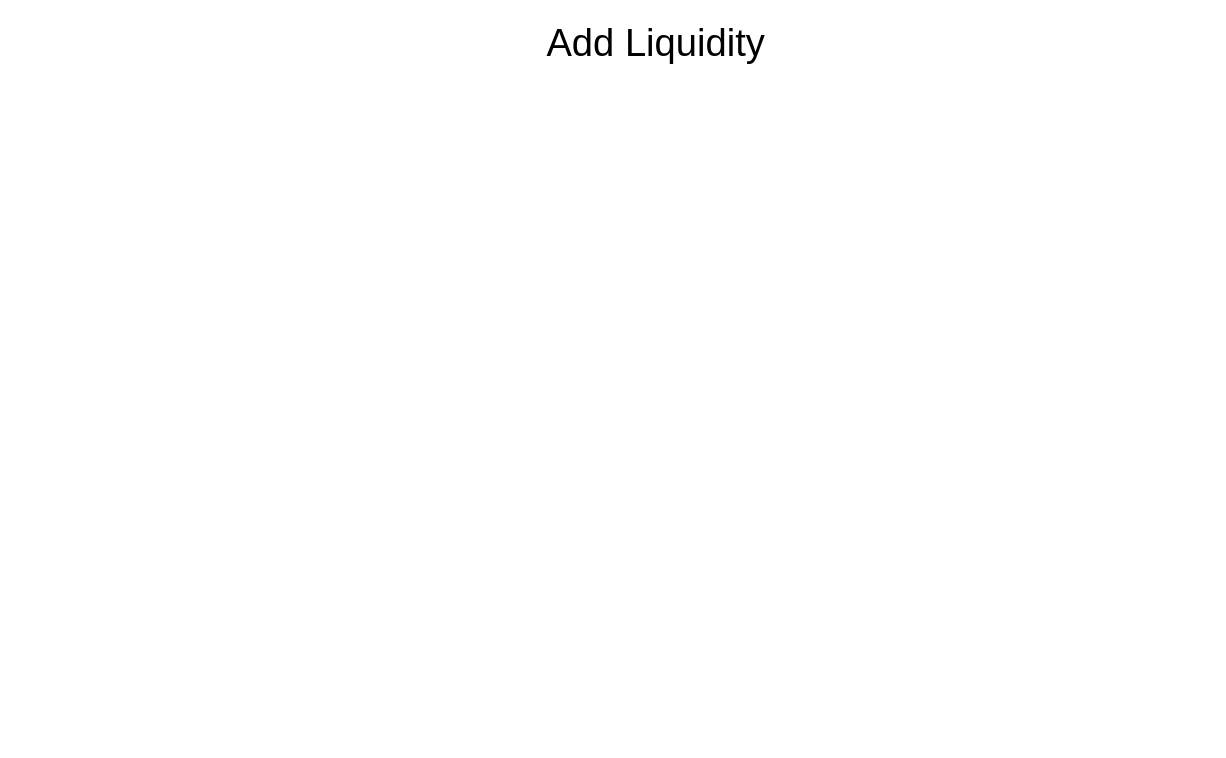
Above: diagram/DebondVSUniswap.drawio in toufic0710/Pair-Contract (draw.io), before the change. Source tidied: cells renumbered, new cells numbered last; positions are measured from the earlier drawing's top-left corner, leaving out a move shared by most shapes. Both pictures are drawn from the tidied source at 109%, with x=0, y=0 at pixel (541, 27).
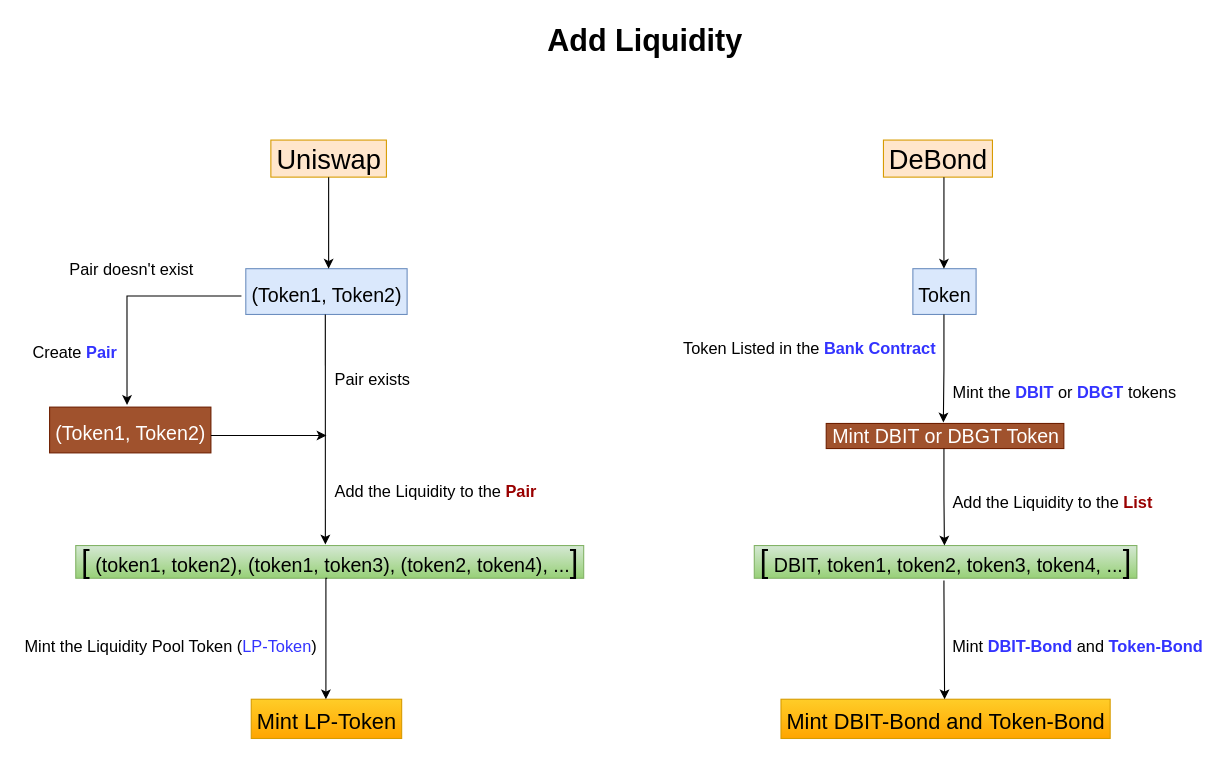
The same page after the edit.

The edit, as a diff of the source:
```diff
@@
-    <mxCell id="2" value="&lt;font style=&quot;font-size: 35px&quot;&gt;Add Liquidity&lt;/font&gt;" style="text;html=1;align=center;verticalAlign=middle;fillColor=none;strokeColor=none;rounded=0;" parent="1" vertex="1">
-      <mxGeometry width="210" height="26" as="geometry" />
+    <mxCell id="2" value="&lt;font style=&quot;font-size: 28px&quot;&gt;Add Liquidity&lt;/font&gt;" style="text;html=1;align=center;verticalAlign=middle;fillColor=none;strokeColor=none;rounded=0;fontStyle=1;" parent="1" vertex="1">
+      <mxGeometry width="189" height="24" as="geometry" />
     </mxCell>
+    <mxCell id="3" value="Uniswap" style="text;html=1;align=center;verticalAlign=middle;points=[];rounded=0;fontSize=25;fillColor=#ffe6cc;strokeColor=#d79b00;" parent="1" vertex="1">
+      <mxGeometry x="-248" y="103" width="106" height="34" as="geometry" />
+    </mxCell>
+    <mxCell id="4" value="DeBond" style="text;html=1;align=center;verticalAlign=middle;fillColor=#ffe6cc;strokeColor=#d79b00;rounded=0;fontSize=25;" parent="1" vertex="1">
+      <mxGeometry x="314" y="103" width="100" height="34" as="geometry" />
+    </mxCell>
+    <mxCell id="5" value="&lt;font style=&quot;font-size: 18px&quot;&gt;(Token1, Token2)&lt;/font&gt;" style="text;html=1;align=center;verticalAlign=middle;points=[];fillColor=#dae8fc;strokeColor=#6c8ebf;rounded=0;fontSize=28;" parent="1" vertex="1">
+      <mxGeometry x="-271" y="221" width="148" height="42" as="geometry" />
+    </mxCell>
+    <mxCell id="6" value="&lt;font style=&quot;font-size: 18px&quot;&gt;(Token1, Token2)&lt;/font&gt;" style="text;html=1;align=center;verticalAlign=middle;points=[];fillColor=#a0522d;strokeColor=#6D1F00;rounded=0;fontSize=28;fontColor=#ffffff;" parent="1" vertex="1">
+      <mxGeometry x="-451" y="348" width="148" height="42" as="geometry" />
+    </mxCell>
+    <mxCell id="7" value="&lt;font style=&quot;font-size: 28px&quot;&gt;[&lt;/font&gt; (token1, token2), (token1, token3), (token2, token4), ...&lt;font style=&quot;font-size: 28px&quot;&gt;]&lt;/font&gt;" style="text;html=1;align=center;verticalAlign=middle;points=[];fillColor=#d5e8d4;rounded=0;fontSize=18;gradientColor=#97d077;strokeColor=#82b366;" parent="1" vertex="1">
+      <mxGeometry x="-427" y="475" width="466" height="30" as="geometry" />
+    </mxCell>
+    <mxCell id="8" style="edgeStyle=elbowEdgeStyle;elbow=vertical;endArrow=classic;html=1;rounded=0;fontSize=18;" parent="1" edge="1" source="3" target="5">
+      <mxGeometry relative="1" as="geometry">
+        <Array as="points">
+          <mxPoint x="-195" y="216" />
+        </Array>
+      </mxGeometry>
+    </mxCell>
+    <mxCell id="9" style="edgeStyle=segmentEdgeStyle;endArrow=classic;html=1;rounded=0;fontSize=18;exitX=-0.027;exitY=0.595;exitDx=0;exitDy=0;exitPerimeter=0;entryX=0.48;entryY=-0.048;entryDx=0;entryDy=0;entryPerimeter=0;" parent="1" edge="1" source="5" target="6">
+      <mxGeometry relative="1" as="geometry" />
+    </mxCell>
+    <mxCell id="10" style="edgeStyle=segmentEdgeStyle;endArrow=classic;html=1;rounded=0;fontSize=18;exitX=0.493;exitY=1;exitDx=0;exitDy=0;exitPerimeter=0;" parent="1" edge="1" source="5">
+      <mxGeometry relative="1" as="geometry">
+        <mxPoint x="-198" y="474" as="targetPoint" />
+      </mxGeometry>
+    </mxCell>
+    <mxCell id="11" style="edgeStyle=elbowEdgeStyle;elbow=horizontal;endArrow=classic;html=1;rounded=0;fontSize=18;" parent="1" edge="1">
+      <mxGeometry relative="1" as="geometry">
+        <mxPoint x="-303" y="374" as="sourcePoint" />
+        <mxPoint x="-197" y="374" as="targetPoint" />
+      </mxGeometry>
+    </mxCell>
+    <mxCell id="12" value="&lt;font style=&quot;font-size: 15px&quot;&gt;Pair exists&lt;/font&gt;" style="text;html=1;align=center;verticalAlign=middle;fillColor=none;strokeColor=none;rounded=0;fontSize=18;" parent="1" vertex="1">
+      <mxGeometry x="-195" y="308" width="79" height="27" as="geometry" />
+    </mxCell>
+    <mxCell id="13" value="&lt;font style=&quot;font-size: 15px&quot;&gt;Pair doesn't exist&lt;/font&gt;" style="text;html=1;align=center;verticalAlign=middle;fillColor=none;strokeColor=none;rounded=0;fontSize=18;" parent="1" vertex="1">
+      <mxGeometry x="-438.5" y="207" width="124" height="27" as="geometry" />
+    </mxCell>
+    <mxCell id="14" value="Add the Liquidity to the &lt;font color=&quot;#990000&quot;&gt;&lt;b&gt;Pair&lt;/b&gt;&lt;/font&gt;" style="text;html=1;align=center;verticalAlign=middle;fillColor=none;strokeColor=none;rounded=0;fontSize=15;" parent="1" vertex="1">
+      <mxGeometry x="-195" y="414" width="195" height="22" as="geometry" />
+    </mxCell>
+    <mxCell id="15" value="Create &lt;font color=&quot;#3333ff&quot;&gt;&lt;b&gt;Pair&lt;/b&gt;&lt;/font&gt;" style="text;html=1;align=center;verticalAlign=middle;fillColor=none;strokeColor=none;rounded=0;fontSize=15;" parent="1" vertex="1">
+      <mxGeometry x="-472" y="286" width="88" height="22" as="geometry" />
+    </mxCell>
+    <mxCell id="16" value="&lt;font style=&quot;font-size: 20px&quot;&gt;Mint LP-Token&lt;/font&gt;" style="text;html=1;align=center;verticalAlign=middle;fillColor=#ffcd28;strokeColor=#d79b00;rounded=0;fontSize=25;gradientColor=#ffa500;" parent="1" vertex="1">
+      <mxGeometry x="-266" y="616" width="138" height="36" as="geometry" />
+    </mxCell>
+    <mxCell id="17" style="edgeStyle=segmentEdgeStyle;endArrow=classic;html=1;rounded=0;fontSize=20;fontColor=#000000;exitX=0.495;exitY=1;exitDx=0;exitDy=0;exitPerimeter=0;" parent="1" edge="1" source="7">
+      <mxGeometry relative="1" as="geometry">
+        <mxPoint x="-197.5" y="616" as="targetPoint" />
+      </mxGeometry>
+    </mxCell>
+    <mxCell id="18" value="&lt;font style=&quot;font-size: 15px&quot;&gt;Mint the Liquidity Pool Token (&lt;font color=&quot;#3333ff&quot;&gt;LP-Token&lt;/font&gt;)&lt;/font&gt;" style="text;html=1;align=center;verticalAlign=middle;fillColor=none;strokeColor=none;rounded=0;fontSize=20;fontColor=#000000;" parent="1" vertex="1">
+      <mxGeometry x="-479" y="550" width="278" height="29" as="geometry" />
+    </mxCell>
+    <mxCell id="19" value="&lt;span style=&quot;font-size: 18px&quot;&gt;Token&lt;/span&gt;" style="text;html=1;align=center;verticalAlign=middle;fillColor=#dae8fc;strokeColor=#6c8ebf;rounded=0;fontSize=28;" parent="1" vertex="1">
+      <mxGeometry x="341" y="221" width="58" height="42" as="geometry" />
+    </mxCell>
+    <mxCell id="20" style="edgeStyle=elbowEdgeStyle;elbow=vertical;endArrow=classic;html=1;rounded=0;fontSize=18;" parent="1" edge="1">
+      <mxGeometry relative="1" as="geometry">
+        <mxPoint x="369.5" y="137" as="sourcePoint" />
+        <mxPoint x="369.5" y="221" as="targetPoint" />
+        <Array as="points">
+          <mxPoint x="369.5" y="216" />
+        </Array>
+      </mxGeometry>
+    </mxCell>
+    <mxCell id="21" value="&lt;font style=&quot;font-size: 18px&quot;&gt;Mint DBIT or DBGT Token&lt;/font&gt;" style="text;html=1;align=center;verticalAlign=middle;points=[];fillColor=#a0522d;strokeColor=#6D1F00;rounded=0;fontSize=15;fontColor=#ffffff;" parent="1" vertex="1">
+      <mxGeometry x="261.5" y="363" width="218" height="23" as="geometry" />
+    </mxCell>
+    <mxCell id="22" value="&lt;font style=&quot;font-size: 28px&quot;&gt;[&lt;/font&gt; DBIT, token1, token2, token3, token4, ...&lt;font style=&quot;font-size: 28px&quot;&gt;]&lt;/font&gt;" style="text;html=1;align=center;verticalAlign=middle;points=[];fillColor=#d5e8d4;rounded=0;fontSize=18;gradientColor=#97d077;strokeColor=#82b366;" parent="1" vertex="1">
+      <mxGeometry x="195.5" y="475" width="351" height="30" as="geometry" />
+    </mxCell>
+    <mxCell id="23" value="&lt;font style=&quot;font-size: 20px&quot;&gt;Mint DBIT-Bond and Token-Bond&lt;/font&gt;" style="text;html=1;align=center;verticalAlign=middle;points=[];fillColor=#ffcd28;strokeColor=#d79b00;rounded=0;fontSize=25;gradientColor=#ffa500;" parent="1" vertex="1">
+      <mxGeometry x="220" y="616" width="302" height="36" as="geometry" />
+    </mxCell>
+    <mxCell id="24" style="edgeStyle=elbowEdgeStyle;elbow=vertical;endArrow=classic;html=1;rounded=0;fontSize=28;fontColor=#000000;entryX=0.493;entryY=-0.043;entryDx=0;entryDy=0;entryPerimeter=0;" parent="1" edge="1" target="21">
+      <mxGeometry relative="1" as="geometry">
+        <mxPoint x="369.5" y="263" as="sourcePoint" />
+      </mxGeometry>
+    </mxCell>
+    <mxCell id="25" style="edgeStyle=elbowEdgeStyle;elbow=vertical;endArrow=classic;html=1;rounded=0;fontSize=28;fontColor=#000000;entryX=0.497;entryY=0;entryDx=0;entryDy=0;entryPerimeter=0;" parent="1" edge="1" target="22">
+      <mxGeometry relative="1" as="geometry">
+        <mxPoint x="369.5" y="386" as="sourcePoint" />
+      </mxGeometry>
+    </mxCell>
+    <mxCell id="26" style="edgeStyle=elbowEdgeStyle;elbow=vertical;endArrow=classic;html=1;rounded=0;fontSize=28;fontColor=#000000;entryX=0.497;entryY=0;entryDx=0;entryDy=0;entryPerimeter=0;" parent="1" edge="1" target="23">
+      <mxGeometry relative="1" as="geometry">
+        <mxPoint x="369.5" y="507" as="sourcePoint" />
+        <Array as="points">
+          <mxPoint x="349.5" y="516" />
+        </Array>
+      </mxGeometry>
+    </mxCell>
+    <mxCell id="27" value="&lt;font style=&quot;font-size: 15px&quot;&gt;Token Listed in the &lt;font color=&quot;#3333ff&quot;&gt;&lt;b&gt;Bank Contract&lt;/b&gt;&lt;/font&gt;&lt;/font&gt;" style="text;html=1;align=center;verticalAlign=middle;fillColor=none;strokeColor=none;rounded=0;fontSize=28;fontColor=#000000;" parent="1" vertex="1">
+      <mxGeometry x="125" y="268" width="242" height="43" as="geometry" />
+    </mxCell>
+    <mxCell id="28" value="&lt;span style=&quot;font-size: 15px&quot;&gt;Mint the &lt;font color=&quot;#3333ff&quot;&gt;&lt;b&gt;DBIT&lt;/b&gt;&lt;/font&gt; or &lt;font color=&quot;#3333ff&quot;&gt;&lt;b&gt;DBGT&lt;/b&gt;&lt;/font&gt; tokens&amp;nbsp;&lt;br&gt;&lt;/span&gt;" style="text;html=1;align=center;verticalAlign=middle;fillColor=none;strokeColor=none;rounded=0;fontSize=28;fontColor=#000000;" parent="1" vertex="1">
+      <mxGeometry x="372" y="308" width="219" height="43" as="geometry" />
+    </mxCell>
+    <mxCell id="29" value="Add the Liquidity to the&lt;font color=&quot;#990000&quot;&gt;&amp;nbsp;&lt;b&gt;List&lt;/b&gt;&lt;/font&gt;" style="text;html=1;align=center;verticalAlign=middle;fillColor=none;strokeColor=none;rounded=0;fontSize=15;" parent="1" vertex="1">
+      <mxGeometry x="372" y="424" width="193" height="22" as="geometry" />
+    </mxCell>
+    <mxCell id="30" value="&lt;font style=&quot;font-size: 15px&quot;&gt;Mint &lt;b&gt;&lt;font color=&quot;#3333ff&quot;&gt;DBIT-Bond&lt;/font&gt;&lt;/b&gt; and &lt;b&gt;&lt;font color=&quot;#3333ff&quot;&gt;Token-Bond&lt;/font&gt;&lt;/b&gt;&lt;/font&gt;" style="text;html=1;align=center;verticalAlign=middle;fillColor=none;strokeColor=none;rounded=0;fontSize=20;fontColor=#000000;" parent="1" vertex="1">
+      <mxGeometry x="372" y="550" width="240" height="29" as="geometry" />
+    </mxCell>
```
